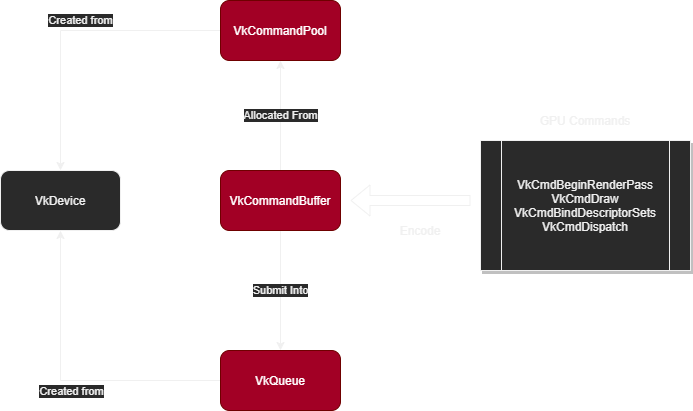
Before: diagrams/vkcommands.png, a diagram exported from draw.io (vblanco20-1/vulkan-guide). Source tidied: cells renumbered, new cells last; positions are measured from the earlier drawing's top-left corner, leaving out a move shared by most shapes.
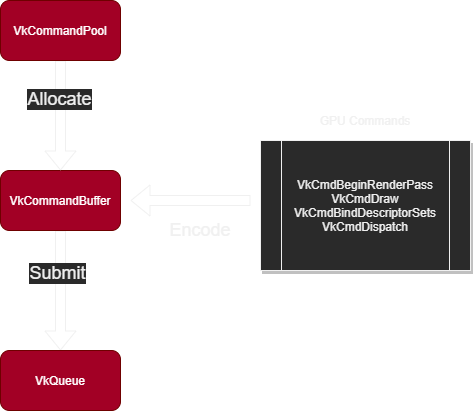
After the change.

Commit message:
new command diagram

What changed in the source:
```diff
@@ -2,40 +2,27 @@
   <root>
     <mxCell id="0" />
     <mxCell id="1" parent="0" />
-    <mxCell id="2" value="Allocated From" style="edgeStyle=orthogonalEdgeStyle;rounded=0;jettySize=auto;html=1;entryX=0.5;entryY=1;entryDx=0;entryDy=0;" parent="1" edge="1" source="4" target="6">
-      <mxGeometry relative="1" as="geometry">
-        <Array as="points">
-          <mxPoint x="280" y="110" />
-          <mxPoint x="280" y="110" />
-        </Array>
-      </mxGeometry>
-    </mxCell>
-    <mxCell id="3" value="Submit Into" style="edgeStyle=orthogonalEdgeStyle;rounded=0;jettySize=auto;html=1;entryX=0.5;entryY=0;entryDx=0;entryDy=0;" parent="1" edge="1" source="4" target="9">
+    <mxCell id="3" style="edgeStyle=orthogonalEdgeStyle;shape=flexArrow;rounded=0;jettySize=auto;html=1;entryX=0.5;entryY=0;entryDx=0;entryDy=0;" parent="1" edge="1" source="4" target="9">
       <mxGeometry relative="1" as="geometry" />
     </mxCell>
+    <mxCell id="15" value="Submit" style="edgeLabel;html=1;align=center;verticalAlign=middle;fontSize=18;" parent="3" vertex="1">
+      <mxGeometry x="-0.3" y="-4" relative="1" as="geometry" />
+    </mxCell>
     <mxCell id="4" value="VkCommandBuffer" style="rounded=1;whiteSpace=wrap;html=1;fillColor=#a20025;strokeColor=#6F0000;fontColor=#ffffff;" parent="1" vertex="1">
       <mxGeometry x="220" y="170" width="120" height="60" as="geometry" />
     </mxCell>
-    <mxCell id="5" value="Created from" style="edgeStyle=orthogonalEdgeStyle;rounded=0;jettySize=auto;html=1;entryX=0.5;entryY=0;entryDx=0;entryDy=0;" parent="1" edge="1" source="6" target="10">
-      <mxGeometry x="-0.07" y="-10" relative="1" as="geometry" />
-    </mxCell>
+    <mxCell id="16" style="edgeStyle=orthogonalEdgeStyle;shape=flexArrow;rounded=0;jettySize=auto;html=1;entryX=0.5;entryY=0;entryDx=0;entryDy=0;" parent="1" edge="1" source="6" target="4">
+      <mxGeometry relative="1" as="geometry" />
+    </mxCell>
+    <mxCell id="17" value="Allocate&lt;br style=&quot;font-size: 18px;&quot;&gt;" style="edgeLabel;html=1;align=center;verticalAlign=middle;fontSize=18;" parent="16" vertex="1">
+      <mxGeometry x="-0.31" y="-2" relative="1" as="geometry" />
+    </mxCell>
     <mxCell id="6" value="VkCommandPool" style="rounded=1;whiteSpace=wrap;html=1;fillColor=#a20025;strokeColor=#6F0000;fontColor=#ffffff;" parent="1" vertex="1">
       <mxGeometry x="220" width="120" height="60" as="geometry" />
     </mxCell>
-    <mxCell id="7" style="edgeStyle=orthogonalEdgeStyle;rounded=0;jettySize=auto;html=1;entryX=0.5;entryY=1;entryDx=0;entryDy=0;" parent="1" edge="1" source="9" target="10">
-      <mxGeometry relative="1" as="geometry" />
-    </mxCell>
-    <mxCell id="8" value="Created from&lt;br&gt;" style="edgeLabel;html=1;align=center;verticalAlign=middle;" parent="7" vertex="1">
-      <mxGeometry x="-0.27" y="-2" relative="1" as="geometry">
-        <mxPoint x="-37" y="12" as="offset" />
-      </mxGeometry>
-    </mxCell>
     <mxCell id="9" value="VkQueue&lt;br&gt;" style="rounded=1;whiteSpace=wrap;html=1;fillColor=#a20025;strokeColor=#6F0000;fontColor=#ffffff;" parent="1" vertex="1">
       <mxGeometry x="220" y="350" width="120" height="60" as="geometry" />
     </mxCell>
-    <mxCell id="10" value="VkDevice" style="rounded=1;whiteSpace=wrap;html=1;" parent="1" vertex="1">
-      <mxGeometry y="170" width="120" height="60" as="geometry" />
-    </mxCell>
     <mxCell id="11" value="VkCmdBeginRenderPass&lt;br&gt;VkCmdDraw&lt;br&gt;VkCmdBindDescriptorSets&lt;br&gt;VkCmdDispatch" style="shape=process;whiteSpace=wrap;html=1;backgroundOutline=1;sketch=0;shadow=1;" parent="1" vertex="1">
       <mxGeometry x="480" y="140" width="210" height="130" as="geometry" />
     </mxCell>
@@ -48,8 +35,8 @@
         <mxPoint x="350" y="200" as="targetPoint" />
       </mxGeometry>
     </mxCell>
-    <mxCell id="14" value="Encode" style="text;html=1;strokeColor=none;fillColor=none;align=center;verticalAlign=middle;whiteSpace=wrap;rounded=0;shadow=1;sketch=0;" parent="1" vertex="1">
-      <mxGeometry x="400" y="220" width="40" height="20" as="geometry" />
+    <mxCell id="14" value="Encode" style="text;html=1;strokeColor=none;fillColor=none;align=center;verticalAlign=middle;whiteSpace=wrap;rounded=0;shadow=1;sketch=0;fontSize=18;" parent="1" vertex="1">
+      <mxGeometry x="380" y="220" width="80" height="20" as="geometry" />
     </mxCell>
   </root>
 </mxGraphModel>
```
